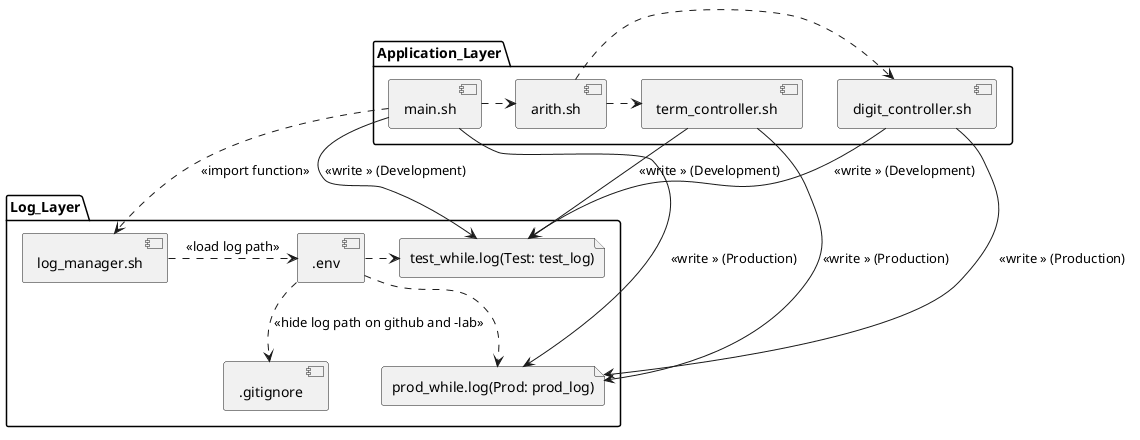
Before: docs/basiccalc-archtecture_component.png, a diagram exported from PlantUML (Jumacde/shellscript_basiccalc_whileloop).
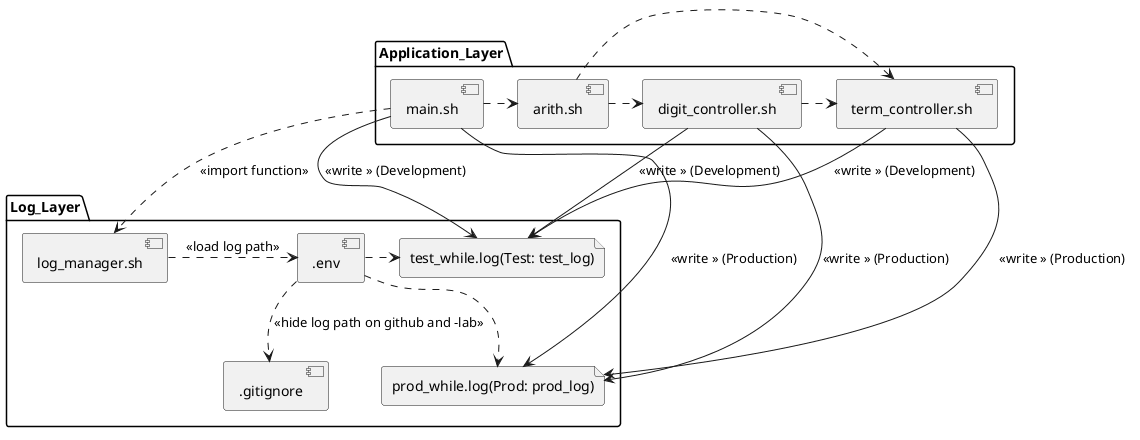
Later version of the same file.

Diff of the diagram source:
```diff
@@ -4,8 +4,9 @@
 	component [digit_controller.sh] as digit
 	component [term_controller.sh] as term
 	component [arith.sh] as arith
+	digit .> term << get num of term and place digit >>
 	arith .> term << get num of term >>
-	arith .> digit << get digits and place they in each term >>
+	arith .> digit << get digits >>
 	main .> arith << load function >>
 }
 
```
